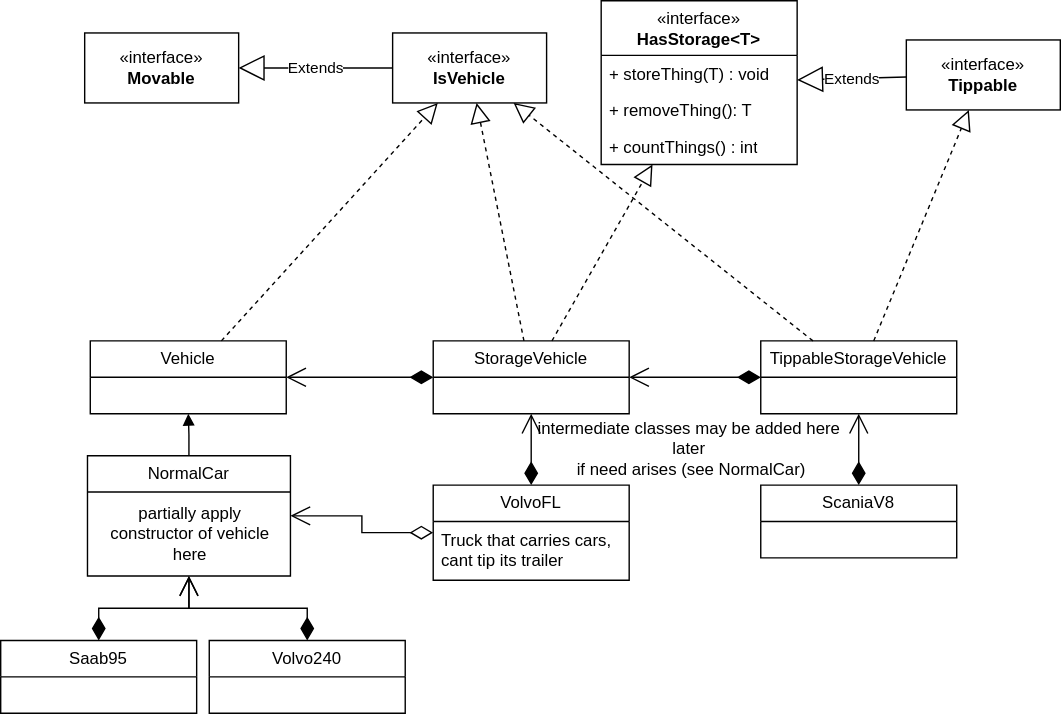
vicha00/DIT954-Labb-Grupp16 keeps this draw.io diagram as UML/UML-plan-2.svg. Above is the earlier version. Source tidied: cells renumbered, new cells last; positions are measured from the earlier drawing's top-left corner, leaving out a move shared by most shapes.
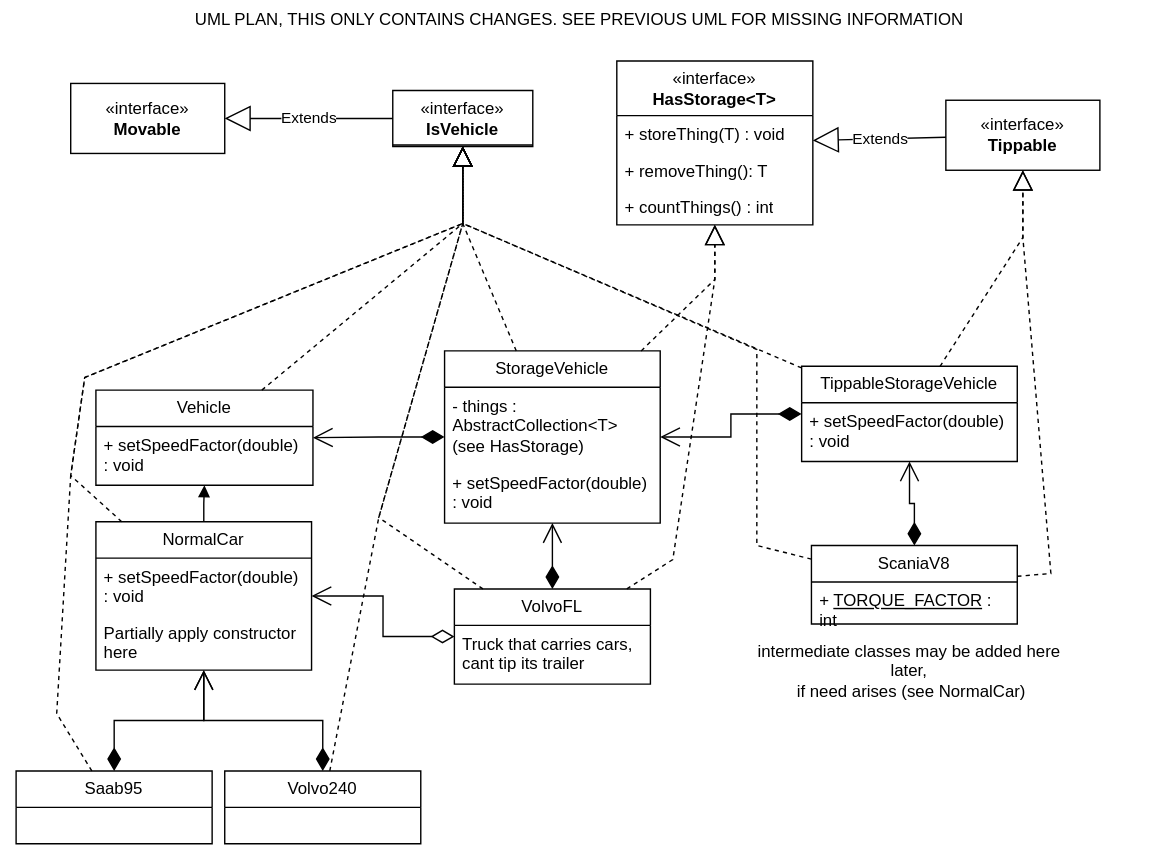
The same file after the commit.

Change to the diagram source:
```diff
@@ -2,24 +2,33 @@
   <root>
     <mxCell id="0" />
     <mxCell id="1" parent="0" />
-    <mxCell id="2" value="&lt;div&gt;«interface»&lt;/div&gt;&lt;b&gt;IsVehicle&lt;/b&gt;" style="html=1;whiteSpace=wrap;" parent="1" vertex="1">
-      <mxGeometry x="280" y="23" width="110" height="50" as="geometry" />
-    </mxCell>
     <mxCell id="3" value="&lt;div&gt;«interface»&lt;/div&gt;&lt;b&gt;Movable&lt;/b&gt;" style="html=1;whiteSpace=wrap;" parent="1" vertex="1">
-      <mxGeometry x="60" y="23" width="110" height="50" as="geometry" />
+      <mxGeometry x="39" y="63" width="110" height="50" as="geometry" />
     </mxCell>
     <mxCell id="4" value="«interface»&lt;br&gt;&lt;b&gt;Tippable&lt;/b&gt;" style="html=1;whiteSpace=wrap;" parent="1" vertex="1">
-      <mxGeometry x="647" y="28" width="110" height="50" as="geometry" />
+      <mxGeometry x="664" y="75" width="110" height="50" as="geometry" />
     </mxCell>
     <mxCell id="5" value="StorageVehicle" style="swimlane;fontStyle=0;horizontal=1;startSize=26;fillColor=none;whiteSpace=wrap;html=1;" parent="1" vertex="1">
-      <mxGeometry x="309" y="243" width="140" height="52" as="geometry" />
+      <mxGeometry x="306" y="254" width="154" height="123" as="geometry" />
     </mxCell>
+    <mxCell id="35" value="- things : AbstractCollection&amp;lt;T&amp;gt; (see HasStorage)" style="text;strokeColor=none;fillColor=none;align=left;verticalAlign=top;spacingLeft=4;spacingRight=4;overflow=hidden;whiteSpace=wrap;html=1;" parent="5" vertex="1">
+      <mxGeometry y="26" width="154" height="55" as="geometry" />
+    </mxCell>
+    <mxCell id="36" value="+ setSpeedFactor(double) : void" style="text;strokeColor=none;fillColor=none;align=left;verticalAlign=top;spacingLeft=4;spacingRight=4;overflow=hidden;whiteSpace=wrap;html=1;" parent="5" vertex="1">
+      <mxGeometry y="81" width="154" height="42" as="geometry" />
+    </mxCell>
     <mxCell id="6" value="TippableStorageVehicle" style="swimlane;fontStyle=0;horizontal=1;startSize=26;fillColor=none;whiteSpace=wrap;html=1;" parent="1" vertex="1">
-      <mxGeometry x="543" y="243" width="140" height="52" as="geometry" />
+      <mxGeometry x="561" y="265" width="154" height="68" as="geometry" />
     </mxCell>
+    <mxCell id="37" value="+ setSpeedFactor(double) : void" style="text;strokeColor=none;fillColor=none;align=left;verticalAlign=top;spacingLeft=4;spacingRight=4;overflow=hidden;whiteSpace=wrap;html=1;" parent="6" vertex="1">
+      <mxGeometry y="26" width="154" height="42" as="geometry" />
+    </mxCell>
     <mxCell id="7" value="Vehicle" style="swimlane;fontStyle=0;horizontal=1;startSize=26;fillColor=none;whiteSpace=wrap;html=1;" parent="1" vertex="1">
-      <mxGeometry x="64" y="243" width="140" height="52" as="geometry" />
+      <mxGeometry x="57" y="282" width="155" height="68" as="geometry" />
     </mxCell>
+    <mxCell id="38" value="+ setSpeedFactor(double) : void" style="text;strokeColor=none;fillColor=none;align=left;verticalAlign=top;spacingLeft=4;spacingRight=4;overflow=hidden;whiteSpace=wrap;html=1;" parent="7" vertex="1">
+      <mxGeometry y="26" width="155" height="42" as="geometry" />
+    </mxCell>
     <mxCell id="8" value="Extends" style="endArrow=block;endSize=16;endFill=0;html=1;rounded=0;" parent="1" edge="1" source="4" target="30">
       <mxGeometry relative="1" as="geometry" />
     </mxCell>
@@ -27,32 +36,55 @@
       <mxGeometry relative="1" as="geometry" />
     </mxCell>
     <mxCell id="10" style="endArrow=block;dashed=1;endFill=0;endSize=12;html=1;rounded=0;" parent="1" edge="1" source="5" target="30">
-      <mxGeometry relative="1" as="geometry" />
+      <mxGeometry relative="1" as="geometry">
+        <Array as="points">
+          <mxPoint x="499" y="203" />
+        </Array>
+      </mxGeometry>
     </mxCell>
     <mxCell id="11" style="endArrow=block;dashed=1;endFill=0;endSize=12;html=1;rounded=0;" parent="1" edge="1" source="6" target="4">
-      <mxGeometry relative="1" as="geometry" />
+      <mxGeometry relative="1" as="geometry">
+        <Array as="points">
+          <mxPoint x="719" y="173" />
+        </Array>
+      </mxGeometry>
     </mxCell>
     <mxCell id="12" style="endArrow=block;dashed=1;endFill=0;endSize=12;html=1;rounded=0;" parent="1" edge="1" source="6" target="2">
-      <mxGeometry relative="1" as="geometry" />
+      <mxGeometry relative="1" as="geometry">
+        <Array as="points">
+          <mxPoint x="319" y="163" />
+        </Array>
+      </mxGeometry>
     </mxCell>
     <mxCell id="13" style="endArrow=block;dashed=1;endFill=0;endSize=12;html=1;rounded=0;" parent="1" edge="1" source="5" target="2">
-      <mxGeometry relative="1" as="geometry" />
+      <mxGeometry relative="1" as="geometry">
+        <Array as="points">
+          <mxPoint x="319" y="163" />
+        </Array>
+      </mxGeometry>
     </mxCell>
     <mxCell id="14" style="endArrow=block;dashed=1;endFill=0;endSize=12;html=1;rounded=0;" parent="1" edge="1" source="7" target="2">
-      <mxGeometry relative="1" as="geometry" />
+      <mxGeometry relative="1" as="geometry">
+        <Array as="points">
+          <mxPoint x="319" y="163" />
+        </Array>
+      </mxGeometry>
     </mxCell>
     <mxCell id="15" value="1" style="endArrow=open;html=1;endSize=12;startArrow=diamondThin;startSize=14;startFill=1;edgeStyle=orthogonalEdgeStyle;align=left;verticalAlign=bottom;rounded=0;textOpacity=0;" parent="1" edge="1" source="6" target="5">
       <mxGeometry x="-1" y="3" relative="1" as="geometry" />
     </mxCell>
     <mxCell id="16" value="Volvo240" style="swimlane;fontStyle=0;horizontal=1;startSize=26;fillColor=none;whiteSpace=wrap;html=1;" parent="1" vertex="1">
-      <mxGeometry x="149" y="457" width="140" height="52" as="geometry" />
+      <mxGeometry x="149" y="554" width="140" height="52" as="geometry" />
     </mxCell>
     <mxCell id="17" value="&lt;div&gt;Saab95&lt;/div&gt;" style="swimlane;fontStyle=0;horizontal=1;startSize=26;fillColor=none;whiteSpace=wrap;html=1;" parent="1" vertex="1">
-      <mxGeometry y="457" width="140" height="52" as="geometry" />
+      <mxGeometry y="554" width="140" height="52" as="geometry" />
     </mxCell>
     <mxCell id="18" value="ScaniaV8" style="swimlane;fontStyle=0;horizontal=1;startSize=26;fillColor=none;whiteSpace=wrap;html=1;" parent="1" vertex="1">
-      <mxGeometry x="543" y="346" width="140" height="52" as="geometry" />
+      <mxGeometry x="568" y="393" width="147" height="56" as="geometry" />
     </mxCell>
+    <mxCell id="39" value="+ &lt;u&gt;TORQUE_FACTOR&lt;/u&gt; : int" style="text;strokeColor=none;fillColor=none;align=left;verticalAlign=top;spacingLeft=4;spacingRight=4;overflow=hidden;whiteSpace=wrap;html=1;" parent="18" vertex="1">
+      <mxGeometry y="26" width="147" height="30" as="geometry" />
+    </mxCell>
     <mxCell id="19" value="1" style="endArrow=open;html=1;endSize=12;startArrow=diamondThin;startSize=14;startFill=1;edgeStyle=orthogonalEdgeStyle;align=left;verticalAlign=bottom;rounded=0;textOpacity=0;" parent="1" edge="1" source="18" target="6">
       <mxGeometry x="-1" y="3" relative="1" as="geometry" />
     </mxCell>
@@ -63,7 +95,7 @@
       <mxGeometry x="-1" y="3" relative="1" as="geometry" />
     </mxCell>
     <mxCell id="22" value="VolvoFL" style="swimlane;fontStyle=0;horizontal=1;startSize=26;fillColor=none;whiteSpace=wrap;html=1;" parent="1" vertex="1">
-      <mxGeometry x="309" y="346" width="140" height="68" as="geometry" />
+      <mxGeometry x="313" y="424" width="140" height="68" as="geometry" />
     </mxCell>
     <mxCell id="23" value="Truck that carries cars, cant tip its trailer" style="text;strokeColor=none;fillColor=none;align=left;verticalAlign=top;spacingLeft=4;spacingRight=4;overflow=hidden;whiteSpace=wrap;html=1;" parent="22" vertex="1">
       <mxGeometry y="26" width="140" height="42" as="geometry" />
@@ -75,11 +107,14 @@
       <mxGeometry x="-1" y="3" relative="1" as="geometry" />
     </mxCell>
     <mxCell id="26" value="NormalCar" style="swimlane;fontStyle=0;horizontal=1;startSize=26;fillColor=none;whiteSpace=wrap;html=1;" parent="1" vertex="1">
-      <mxGeometry x="62" y="325" width="145" height="86" as="geometry" />
+      <mxGeometry x="57" y="376" width="154" height="106" as="geometry" />
     </mxCell>
-    <mxCell id="27" value="partially apply&lt;br&gt;constructor of vehicle&lt;br&gt;here" style="text;html=1;align=center;verticalAlign=middle;strokeColor=none;fillColor=none;" parent="26" vertex="1">
-      <mxGeometry y="26" width="145" height="60" as="geometry" />
-    </mxCell>
+    <mxCell id="40" value="+ setSpeedFactor(double) : void" style="text;strokeColor=none;fillColor=none;align=left;verticalAlign=top;spacingLeft=4;spacingRight=4;overflow=hidden;whiteSpace=wrap;html=1;" parent="26" vertex="1">
+      <mxGeometry y="26" width="154" height="40" as="geometry" />
+    </mxCell>
+    <mxCell id="41" value="&lt;div&gt;Partially apply constructor here&lt;/div&gt;" style="text;strokeColor=none;fillColor=none;align=left;verticalAlign=top;spacingLeft=4;spacingRight=4;overflow=hidden;whiteSpace=wrap;html=1;" parent="26" vertex="1">
+      <mxGeometry y="66" width="154" height="40" as="geometry" />
+    </mxCell>
     <mxCell id="28" value="&lt;div&gt;&lt;br&gt;&lt;/div&gt;&lt;div&gt;&lt;br&gt;&lt;/div&gt;" style="endArrow=block;endFill=1;html=1;edgeStyle=orthogonalEdgeStyle;align=left;verticalAlign=top;rounded=0;" parent="1" edge="1" source="26" target="7">
       <mxGeometry x="-1" relative="1" as="geometry" />
     </mxCell>
@@ -87,7 +122,7 @@
       <mxGeometry x="-1" y="3" relative="1" as="geometry" />
     </mxCell>
     <mxCell id="30" value="«interface»&lt;br&gt;&lt;div&gt;&lt;b&gt;HasStorage&amp;lt;T&amp;gt;&lt;/b&gt;&lt;/div&gt;" style="swimlane;fontStyle=0;horizontal=1;startSize=39;fillColor=none;whiteSpace=wrap;html=1;" parent="1" vertex="1">
-      <mxGeometry x="429" width="140" height="117" as="geometry" />
+      <mxGeometry x="429" y="47" width="140" height="117" as="geometry" />
     </mxCell>
     <mxCell id="31" value="+ storeThing(T) : void" style="text;strokeColor=none;fillColor=none;align=left;verticalAlign=top;spacingLeft=4;spacingRight=4;overflow=hidden;whiteSpace=wrap;html=1;" parent="30" vertex="1">
       <mxGeometry y="39" width="140" height="26" as="geometry" />
@@ -98,8 +133,74 @@
     <mxCell id="33" value="+ countThings() : int" style="text;strokeColor=none;fillColor=none;align=left;verticalAlign=top;spacingLeft=4;spacingRight=4;overflow=hidden;whiteSpace=wrap;html=1;" parent="30" vertex="1">
       <mxGeometry y="91" width="140" height="26" as="geometry" />
     </mxCell>
-    <mxCell id="34" value="&lt;div&gt;intermediate classes may be added here later&lt;/div&gt;&lt;div&gt;&amp;nbsp;if need arises (see NormalCar)&lt;/div&gt;" style="text;html=1;strokeColor=none;fillColor=none;align=center;verticalAlign=middle;whiteSpace=wrap;rounded=0;" parent="1" vertex="1">
-      <mxGeometry x="380" y="295" width="224" height="50" as="geometry" />
+    <mxCell id="34" value="&lt;div&gt;intermediate classes may be added here later,&lt;/div&gt;&lt;div&gt;&amp;nbsp;if need arises (see NormalCar)&lt;/div&gt;" style="text;html=1;strokeColor=none;fillColor=none;align=center;verticalAlign=middle;whiteSpace=wrap;rounded=0;" parent="1" vertex="1">
+      <mxGeometry x="526" y="458" width="224" height="50" as="geometry" />
     </mxCell>
+    <mxCell id="42" value="UML PLAN, THIS ONLY CONTAINS CHANGES. SEE PREVIOUS UML FOR MISSING INFORMATION" style="text;html=1;strokeColor=none;fillColor=none;align=center;verticalAlign=middle;whiteSpace=wrap;rounded=0;" parent="1" vertex="1">
+      <mxGeometry x="-11" y="3" width="827" height="30" as="geometry" />
+    </mxCell>
+    <mxCell id="43" style="endArrow=block;dashed=1;endFill=0;endSize=12;html=1;rounded=0;" parent="1" edge="1" source="18" target="2">
+      <mxGeometry relative="1" as="geometry">
+        <Array as="points">
+          <mxPoint x="529" y="393" />
+          <mxPoint x="529" y="253" />
+          <mxPoint x="319" y="163" />
+        </Array>
+      </mxGeometry>
+    </mxCell>
+    <mxCell id="44" style="endArrow=block;dashed=1;endFill=0;endSize=12;html=1;rounded=0;" parent="1" edge="1" source="22" target="2">
+      <mxGeometry relative="1" as="geometry">
+        <Array as="points">
+          <mxPoint x="259" y="373" />
+          <mxPoint x="319" y="163" />
+        </Array>
+      </mxGeometry>
+    </mxCell>
+    <mxCell id="45" style="endArrow=block;dashed=1;endFill=0;endSize=12;html=1;rounded=0;" parent="1" edge="1" source="16" target="2">
+      <mxGeometry relative="1" as="geometry">
+        <Array as="points">
+          <mxPoint x="259" y="373" />
+          <mxPoint x="319" y="163" />
+        </Array>
+      </mxGeometry>
+    </mxCell>
+    <mxCell id="46" style="endArrow=block;dashed=1;endFill=0;endSize=12;html=1;rounded=0;" parent="1" edge="1" source="17" target="2">
+      <mxGeometry relative="1" as="geometry">
+        <Array as="points">
+          <mxPoint x="29" y="513" />
+          <mxPoint x="39" y="343" />
+          <mxPoint x="49" y="273" />
+          <mxPoint x="319" y="163" />
+        </Array>
+      </mxGeometry>
+    </mxCell>
+    <mxCell id="47" style="endArrow=block;dashed=1;endFill=0;endSize=12;html=1;rounded=0;" parent="1" edge="1" source="26" target="2">
+      <mxGeometry relative="1" as="geometry">
+        <Array as="points">
+          <mxPoint x="39" y="343" />
+          <mxPoint x="49" y="273" />
+          <mxPoint x="319" y="163" />
+        </Array>
+      </mxGeometry>
+    </mxCell>
+    <mxCell id="48" style="endArrow=block;dashed=1;endFill=0;endSize=12;html=1;rounded=0;" parent="1" edge="1" source="22" target="30">
+      <mxGeometry relative="1" as="geometry">
+        <Array as="points">
+          <mxPoint x="469" y="403" />
+          <mxPoint x="499" y="203" />
+        </Array>
+      </mxGeometry>
+    </mxCell>
+    <mxCell id="49" style="endArrow=block;dashed=1;endFill=0;endSize=12;html=1;rounded=0;" parent="1" edge="1" source="18" target="4">
+      <mxGeometry relative="1" as="geometry">
+        <Array as="points">
+          <mxPoint x="739" y="413" />
+          <mxPoint x="719" y="173" />
+        </Array>
+      </mxGeometry>
+    </mxCell>
+    <mxCell id="2" value="«interface»&lt;br&gt;&lt;div&gt;&lt;b&gt;IsVehicle&lt;/b&gt;&lt;/div&gt;" style="swimlane;fontStyle=0;horizontal=1;startSize=39;fillColor=none;whiteSpace=wrap;html=1;" parent="1" vertex="1" collapsed="1">
+      <mxGeometry x="269" y="68" width="100" height="40" as="geometry" />
+    </mxCell>
   </root>
 </mxGraphModel>
```
